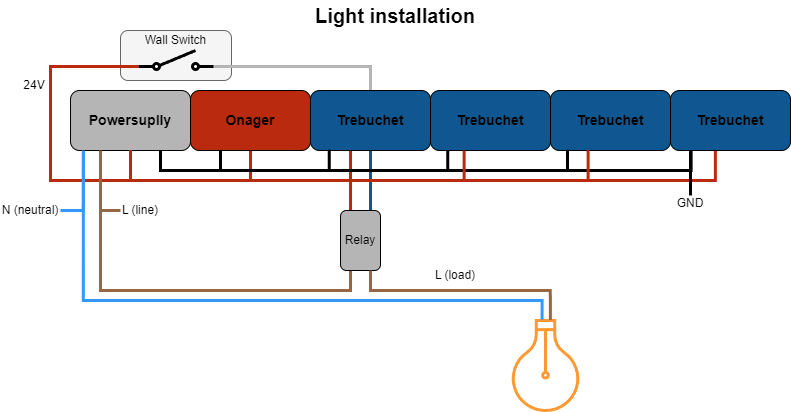
Above: images/OpenDINRail-simple-schematic.png in Feudal-Project/OpenDINRail (draw.io), before the change. Source tidied: cells renumbered, new cells last; positions are measured from the earlier drawing's top-left corner, leaving out a move shared by most shapes. Its diagram source:
```xml
<mxGraphModel>
  <root>
    <mxCell id="0" />
    <mxCell id="1" parent="0" />
    <mxCell id="2" style="rounded=1;whiteSpace=wrap;html=1;fillColor=#f5f5f5;fontColor=#333333;strokeColor=#666666;" parent="1" vertex="1">
      <mxGeometry x="120" y="30" width="111" height="50" as="geometry" />
    </mxCell>
    <mxCell id="3" style="edgeStyle=orthogonalEdgeStyle;rounded=0;jettySize=auto;html=1;exitX=0.75;exitY=1;exitDx=0;exitDy=0;entryX=0.25;entryY=1;entryDx=0;entryDy=0;endArrow=none;endFill=0;strokeWidth=3;" parent="1" edge="1" source="8" target="9">
      <mxGeometry relative="1" as="geometry" />
    </mxCell>
    <mxCell id="4" style="edgeStyle=orthogonalEdgeStyle;rounded=0;jettySize=auto;html=1;exitX=0.5;exitY=1;exitDx=0;exitDy=0;entryX=0.5;entryY=1;entryDx=0;entryDy=0;endArrow=none;endFill=0;strokeColor=#B92A0E;strokeWidth=3;" parent="1" edge="1" source="8" target="9">
      <mxGeometry relative="1" as="geometry">
        <Array as="points">
          <mxPoint x="130" y="180" />
          <mxPoint x="250" y="180" />
        </Array>
      </mxGeometry>
    </mxCell>
    <mxCell id="5" style="edgeStyle=orthogonalEdgeStyle;rounded=0;jettySize=auto;html=1;exitX=0.5;exitY=1;exitDx=0;exitDy=0;entryX=0.333;entryY=0.974;entryDx=0;entryDy=0;entryPerimeter=0;endArrow=none;endFill=0;strokeColor=#B92A0E;strokeWidth=3;" parent="1" edge="1" source="8" target="12">
      <mxGeometry relative="1" as="geometry">
        <Array as="points">
          <mxPoint x="130" y="180" />
          <mxPoint x="350" y="180" />
        </Array>
      </mxGeometry>
    </mxCell>
    <mxCell id="6" style="edgeStyle=orthogonalEdgeStyle;rounded=0;jettySize=auto;html=1;exitX=0.25;exitY=1;exitDx=0;exitDy=0;endArrow=none;endFill=0;strokeColor=#976743;entryX=0;entryY=0.5;entryDx=0;entryDy=0;strokeWidth=3;" parent="1" edge="1" source="8" target="28">
      <mxGeometry relative="1" as="geometry">
        <Array as="points">
          <mxPoint x="100" y="210" />
        </Array>
      </mxGeometry>
    </mxCell>
    <mxCell id="7" style="edgeStyle=orthogonalEdgeStyle;rounded=0;jettySize=auto;html=1;exitX=0.5;exitY=1;exitDx=0;exitDy=0;entryX=0;entryY=0.8;entryDx=0;entryDy=0;endArrow=none;endFill=0;strokeColor=#B92A0E;strokeWidth=3;" parent="1" edge="1" source="8" target="33">
      <mxGeometry relative="1" as="geometry">
        <Array as="points">
          <mxPoint x="130" y="180" />
          <mxPoint x="50" y="180" />
          <mxPoint x="50" y="66" />
        </Array>
      </mxGeometry>
    </mxCell>
    <mxCell id="8" value="Powersuplly" style="rounded=1;whiteSpace=wrap;html=1;fontStyle=1;fontSize=14;fillColor=#B5B5B5;" parent="1" vertex="1">
      <mxGeometry x="70" y="90" width="120" height="60" as="geometry" />
    </mxCell>
    <mxCell id="9" value="Onager" style="rounded=1;whiteSpace=wrap;html=1;fillColor=#b92a0e;fontStyle=1;fontSize=14;" parent="1" vertex="1">
      <mxGeometry x="190" y="90" width="120" height="60" as="geometry" />
    </mxCell>
    <mxCell id="10" style="edgeStyle=orthogonalEdgeStyle;rounded=0;jettySize=auto;html=1;exitX=0.5;exitY=1;exitDx=0;exitDy=0;entryX=0.75;entryY=0;entryDx=0;entryDy=0;endArrow=none;endFill=0;strokeColor=#105791;strokeWidth=3;" parent="1" edge="1" source="12" target="18">
      <mxGeometry relative="1" as="geometry" />
    </mxCell>
    <mxCell id="11" style="edgeStyle=orthogonalEdgeStyle;rounded=0;jettySize=auto;html=1;exitX=0.5;exitY=0;exitDx=0;exitDy=0;entryX=1;entryY=0.8;entryDx=0;entryDy=0;endArrow=none;endFill=0;strokeColor=#B5B5B5;strokeWidth=3;" parent="1" edge="1" source="12" target="33">
      <mxGeometry relative="1" as="geometry">
        <Array as="points">
          <mxPoint x="370" y="66" />
        </Array>
      </mxGeometry>
    </mxCell>
    <mxCell id="12" value="Trebuchet" style="rounded=1;whiteSpace=wrap;html=1;fillColor=#105791;fontStyle=1;fontSize=14;" parent="1" vertex="1">
      <mxGeometry x="310" y="90" width="120" height="60" as="geometry" />
    </mxCell>
    <mxCell id="13" value="Trebuchet" style="rounded=1;whiteSpace=wrap;html=1;fillColor=#105791;fontStyle=1;fontSize=14;" parent="1" vertex="1">
      <mxGeometry x="430" y="90" width="120" height="60" as="geometry" />
    </mxCell>
    <mxCell id="14" value="Trebuchet" style="rounded=1;whiteSpace=wrap;html=1;fillColor=#105791;fontStyle=1;fontSize=14;" parent="1" vertex="1">
      <mxGeometry x="550" y="90" width="120" height="60" as="geometry" />
    </mxCell>
    <mxCell id="15" value="Trebuchet" style="rounded=1;whiteSpace=wrap;html=1;fillColor=#105791;fontStyle=1;fontSize=14;" parent="1" vertex="1">
      <mxGeometry x="670" y="90" width="120" height="60" as="geometry" />
    </mxCell>
    <mxCell id="16" style="edgeStyle=orthogonalEdgeStyle;rounded=0;jettySize=auto;html=1;exitX=0.25;exitY=0;exitDx=0;exitDy=0;entryX=0.5;entryY=1;entryDx=0;entryDy=0;endArrow=none;endFill=0;strokeColor=#B92A0E;strokeWidth=3;" parent="1" edge="1" source="18" target="8">
      <mxGeometry relative="1" as="geometry">
        <Array as="points">
          <mxPoint x="350" y="180" />
          <mxPoint x="130" y="180" />
        </Array>
      </mxGeometry>
    </mxCell>
    <mxCell id="17" style="edgeStyle=orthogonalEdgeStyle;rounded=0;jettySize=auto;html=1;exitX=0.25;exitY=1;exitDx=0;exitDy=0;entryX=0.25;entryY=1;entryDx=0;entryDy=0;endArrow=none;endFill=0;strokeColor=#976743;strokeWidth=3;" parent="1" edge="1" source="18" target="8">
      <mxGeometry relative="1" as="geometry" />
    </mxCell>
    <mxCell id="18" value="Relay" style="rounded=1;whiteSpace=wrap;html=1;fillColor=#B5B5B5;" parent="1" vertex="1">
      <mxGeometry x="340" y="210" width="40" height="60" as="geometry" />
    </mxCell>
    <mxCell id="19" style="html=1;verticalLabelPosition=bottom;align=center;labelBackgroundColor=#ffffff;verticalAlign=top;strokeWidth=3;strokeColor=#FF9933;shadow=0;dashed=0;shape=mxgraph.ios7.icons.lightbulb;rotation=-180;" parent="1" vertex="1">
      <mxGeometry x="510" y="320" width="70" height="90" as="geometry" />
    </mxCell>
    <mxCell id="20" style="edgeStyle=orthogonalEdgeStyle;rounded=0;jettySize=auto;html=1;exitX=0.75;exitY=1;exitDx=0;exitDy=0;entryX=0.156;entryY=0.988;entryDx=0;entryDy=0;entryPerimeter=0;endArrow=none;endFill=0;strokeWidth=3;" parent="1" edge="1" source="8" target="12">
      <mxGeometry relative="1" as="geometry" />
    </mxCell>
    <mxCell id="21" style="edgeStyle=orthogonalEdgeStyle;rounded=0;jettySize=auto;html=1;exitX=0.75;exitY=1;exitDx=0;exitDy=0;entryX=0.144;entryY=1.008;entryDx=0;entryDy=0;entryPerimeter=0;endArrow=none;endFill=0;strokeWidth=3;" parent="1" edge="1" source="8" target="13">
      <mxGeometry relative="1" as="geometry" />
    </mxCell>
    <mxCell id="22" style="edgeStyle=orthogonalEdgeStyle;rounded=0;jettySize=auto;html=1;exitX=0.75;exitY=1;exitDx=0;exitDy=0;entryX=0.142;entryY=0.985;entryDx=0;entryDy=0;entryPerimeter=0;endArrow=none;endFill=0;strokeWidth=3;" parent="1" edge="1" source="8" target="14">
      <mxGeometry relative="1" as="geometry" />
    </mxCell>
    <mxCell id="23" style="edgeStyle=orthogonalEdgeStyle;rounded=0;jettySize=auto;html=1;exitX=0.75;exitY=1;exitDx=0;exitDy=0;entryX=0.172;entryY=0.994;entryDx=0;entryDy=0;entryPerimeter=0;endArrow=none;endFill=0;strokeWidth=3;" parent="1" edge="1" source="8" target="15">
      <mxGeometry relative="1" as="geometry" />
    </mxCell>
    <mxCell id="24" style="edgeStyle=orthogonalEdgeStyle;rounded=0;jettySize=auto;html=1;exitX=0.5;exitY=1;exitDx=0;exitDy=0;entryX=0.28;entryY=1;entryDx=0;entryDy=0;entryPerimeter=0;endArrow=none;endFill=0;strokeColor=#B92A0E;strokeWidth=3;" parent="1" edge="1" source="8" target="13">
      <mxGeometry relative="1" as="geometry">
        <Array as="points">
          <mxPoint x="130" y="180" />
          <mxPoint x="464" y="180" />
        </Array>
      </mxGeometry>
    </mxCell>
    <mxCell id="25" style="edgeStyle=orthogonalEdgeStyle;rounded=0;jettySize=auto;html=1;exitX=0.5;exitY=1;exitDx=0;exitDy=0;entryX=0.313;entryY=0.994;entryDx=0;entryDy=0;entryPerimeter=0;endArrow=none;endFill=0;strokeColor=#B92A0E;strokeWidth=3;" parent="1" edge="1" source="8" target="14">
      <mxGeometry relative="1" as="geometry">
        <Array as="points">
          <mxPoint x="130" y="180" />
          <mxPoint x="588" y="180" />
        </Array>
      </mxGeometry>
    </mxCell>
    <mxCell id="26" style="edgeStyle=orthogonalEdgeStyle;rounded=0;jettySize=auto;html=1;exitX=0.5;exitY=1;exitDx=0;exitDy=0;entryX=0.374;entryY=1.008;entryDx=0;entryDy=0;entryPerimeter=0;strokeColor=#B92A0E;endArrow=none;endFill=0;strokeWidth=3;" parent="1" edge="1" source="8" target="15">
      <mxGeometry relative="1" as="geometry">
        <Array as="points">
          <mxPoint x="130" y="180" />
          <mxPoint x="715" y="180" />
        </Array>
      </mxGeometry>
    </mxCell>
    <mxCell id="27" style="edgeStyle=orthogonalEdgeStyle;rounded=0;jettySize=auto;html=1;exitX=0.75;exitY=1;exitDx=0;exitDy=0;entryX=0.431;entryY=1.004;entryDx=0;entryDy=0;entryPerimeter=0;endArrow=none;endFill=0;strokeColor=#976743;strokeWidth=3;" parent="1" edge="1" source="18" target="19">
      <mxGeometry relative="1" as="geometry">
        <Array as="points">
          <mxPoint x="370" y="290" />
          <mxPoint x="550" y="290" />
        </Array>
      </mxGeometry>
    </mxCell>
    <mxCell id="28" value="L (line)" style="text;html=1;align=center;verticalAlign=middle;whiteSpace=wrap;rounded=0;" parent="1" vertex="1">
      <mxGeometry x="120" y="200" width="40" height="20" as="geometry" />
    </mxCell>
    <mxCell id="29" value="L (load)" style="text;html=1;align=center;verticalAlign=middle;whiteSpace=wrap;rounded=0;" parent="1" vertex="1">
      <mxGeometry x="430" y="270" width="50" height="10" as="geometry" />
    </mxCell>
    <mxCell id="30" style="endArrow=none;html=1;rounded=0;exitX=0.549;exitY=1.009;exitDx=0;exitDy=0;exitPerimeter=0;edgeStyle=orthogonalEdgeStyle;entryX=0.107;entryY=1;entryDx=0;entryDy=0;entryPerimeter=0;endFill=0;strokeColor=#3399FF;strokeWidth=3;" parent="1" edge="1" source="19" target="8">
      <mxGeometry relative="1" as="geometry">
        <Array as="points">
          <mxPoint x="542" y="300" />
          <mxPoint x="83" y="300" />
        </Array>
      </mxGeometry>
    </mxCell>
    <mxCell id="31" style="endArrow=none;html=1;rounded=0;entryX=0.107;entryY=1.02;entryDx=0;entryDy=0;entryPerimeter=0;edgeStyle=orthogonalEdgeStyle;strokeColor=#3399FF;strokeWidth=3;exitX=1;exitY=0.5;exitDx=0;exitDy=0;" parent="1" edge="1" source="32" target="8">
      <mxGeometry relative="1" as="geometry">
        <Array as="points">
          <mxPoint x="83" y="210" />
        </Array>
      </mxGeometry>
    </mxCell>
    <mxCell id="32" value="N (neutral)" style="text;html=1;align=center;verticalAlign=middle;whiteSpace=wrap;rounded=0;" parent="1" vertex="1">
      <mxGeometry y="200" width="60" height="20" as="geometry" />
    </mxCell>
    <mxCell id="33" style="html=1;shape=mxgraph.electrical.electro-mechanical.singleSwitch;elSwitchState=off;strokeWidth=3;" parent="1" vertex="1">
      <mxGeometry x="138" y="50" width="75" height="20" as="geometry" />
    </mxCell>
    <mxCell id="34" value="Wall Switch" style="text;html=1;align=center;verticalAlign=middle;whiteSpace=wrap;rounded=0;" parent="1" vertex="1">
      <mxGeometry x="139.2" y="30" width="72.5" height="20" as="geometry" />
    </mxCell>
    <mxCell id="35" value="24V" style="text;html=1;align=center;verticalAlign=middle;whiteSpace=wrap;rounded=0;" parent="1" vertex="1">
      <mxGeometry x="13" y="80" width="42" height="10" as="geometry" />
    </mxCell>
    <mxCell id="36" value="GND" style="text;html=1;align=center;verticalAlign=middle;whiteSpace=wrap;rounded=0;" parent="1" vertex="1">
      <mxGeometry x="670" y="195" width="40" height="15" as="geometry" />
    </mxCell>
    <mxCell id="37" style="endArrow=none;html=1;rounded=0;exitX=0.5;exitY=0;exitDx=0;exitDy=0;strokeWidth=3;" parent="1" edge="1" source="36">
      <mxGeometry relative="1" as="geometry">
        <mxPoint x="690" y="150" as="targetPoint" />
      </mxGeometry>
    </mxCell>
    <mxCell id="38" value="&lt;font style=&quot;font-size: 20px;&quot;&gt;&lt;b&gt;Light installation&lt;/b&gt;&lt;/font&gt;" style="text;html=1;align=center;verticalAlign=middle;whiteSpace=wrap;rounded=0;" parent="1" vertex="1">
      <mxGeometry x="265" width="260" height="30" as="geometry" />
    </mxCell>
  </root>
</mxGraphModel>
```
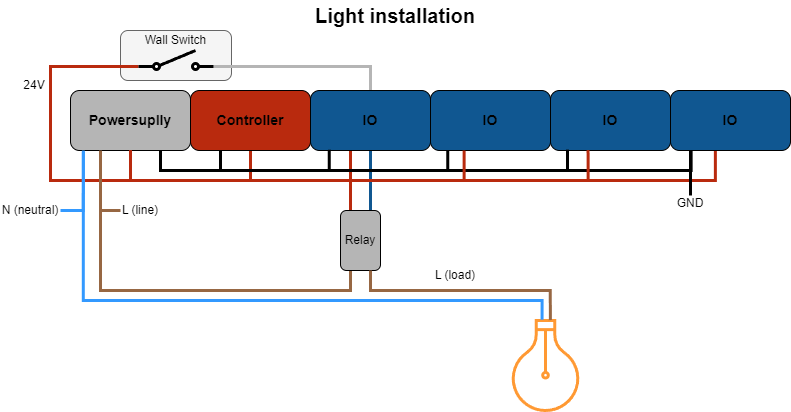
After the change.

Change to the diagram source:
```diff
@@ -43,7 +43,7 @@
     <mxCell id="8" value="Powersuplly" style="rounded=1;whiteSpace=wrap;html=1;fontStyle=1;fontSize=14;fillColor=#B5B5B5;" parent="1" vertex="1">
       <mxGeometry x="70" y="90" width="120" height="60" as="geometry" />
     </mxCell>
-    <mxCell id="9" value="Onager" style="rounded=1;whiteSpace=wrap;html=1;fillColor=#b92a0e;fontStyle=1;fontSize=14;" parent="1" vertex="1">
+    <mxCell id="9" value="Controller" style="rounded=1;whiteSpace=wrap;html=1;fillColor=#b92a0e;fontStyle=1;fontSize=14;" parent="1" vertex="1">
       <mxGeometry x="190" y="90" width="120" height="60" as="geometry" />
     </mxCell>
     <mxCell id="10" style="edgeStyle=orthogonalEdgeStyle;rounded=0;jettySize=auto;html=1;exitX=0.5;exitY=1;exitDx=0;exitDy=0;entryX=0.75;entryY=0;entryDx=0;entryDy=0;endArrow=none;endFill=0;strokeColor=#105791;strokeWidth=3;" parent="1" edge="1" source="12" target="18">
@@ -56,16 +56,16 @@
         </Array>
       </mxGeometry>
     </mxCell>
-    <mxCell id="12" value="Trebuchet" style="rounded=1;whiteSpace=wrap;html=1;fillColor=#105791;fontStyle=1;fontSize=14;" parent="1" vertex="1">
+    <mxCell id="12" value="IO" style="rounded=1;whiteSpace=wrap;html=1;fillColor=#105791;fontStyle=1;fontSize=14;" parent="1" vertex="1">
       <mxGeometry x="310" y="90" width="120" height="60" as="geometry" />
     </mxCell>
-    <mxCell id="13" value="Trebuchet" style="rounded=1;whiteSpace=wrap;html=1;fillColor=#105791;fontStyle=1;fontSize=14;" parent="1" vertex="1">
+    <mxCell id="13" value="IO" style="rounded=1;whiteSpace=wrap;html=1;fillColor=#105791;fontStyle=1;fontSize=14;" parent="1" vertex="1">
       <mxGeometry x="430" y="90" width="120" height="60" as="geometry" />
     </mxCell>
-    <mxCell id="14" value="Trebuchet" style="rounded=1;whiteSpace=wrap;html=1;fillColor=#105791;fontStyle=1;fontSize=14;" parent="1" vertex="1">
+    <mxCell id="14" value="IO" style="rounded=1;whiteSpace=wrap;html=1;fillColor=#105791;fontStyle=1;fontSize=14;" parent="1" vertex="1">
       <mxGeometry x="550" y="90" width="120" height="60" as="geometry" />
     </mxCell>
-    <mxCell id="15" value="Trebuchet" style="rounded=1;whiteSpace=wrap;html=1;fillColor=#105791;fontStyle=1;fontSize=14;" parent="1" vertex="1">
+    <mxCell id="15" value="IO" style="rounded=1;whiteSpace=wrap;html=1;fillColor=#105791;fontStyle=1;fontSize=14;" parent="1" vertex="1">
       <mxGeometry x="670" y="90" width="120" height="60" as="geometry" />
     </mxCell>
     <mxCell id="16" style="edgeStyle=orthogonalEdgeStyle;rounded=0;jettySize=auto;html=1;exitX=0.25;exitY=0;exitDx=0;exitDy=0;entryX=0.5;entryY=1;entryDx=0;entryDy=0;endArrow=none;endFill=0;strokeColor=#B92A0E;strokeWidth=3;" parent="1" edge="1" source="18" target="8">
```
